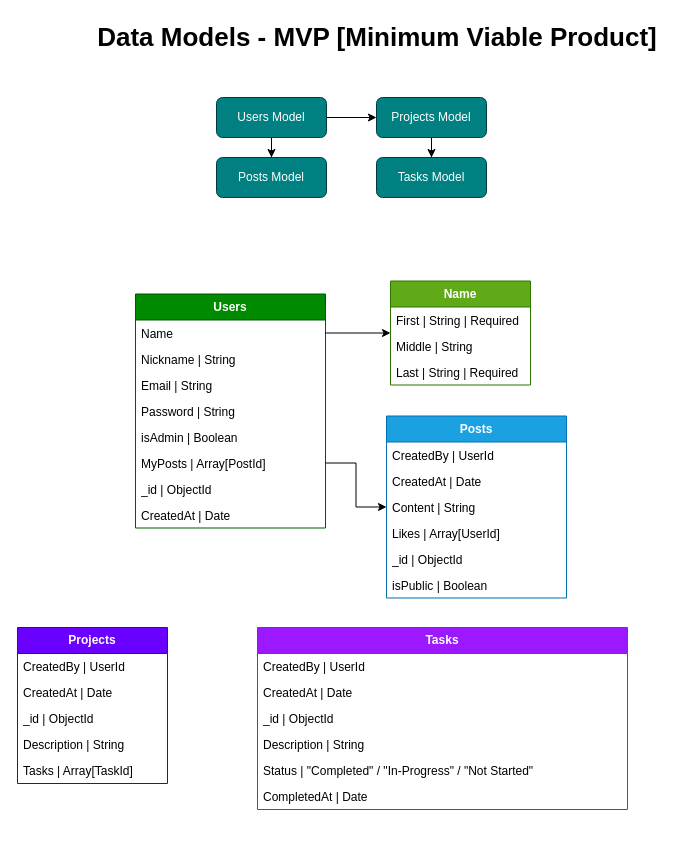
Before: page "Data Models Currently" (3 of 3) of docs/assets/planning/data_models.drawio in Gallucky/ClarityBox, a draw.io diagram. Source tidied: cells renumbered, new cells numbered last; positions are measured from the earlier drawing's top-left corner, leaving out a move shared by most shapes. Both pictures are drawn from the tidied source at 100%, with x=0, y=0 at pixel (17, 17).
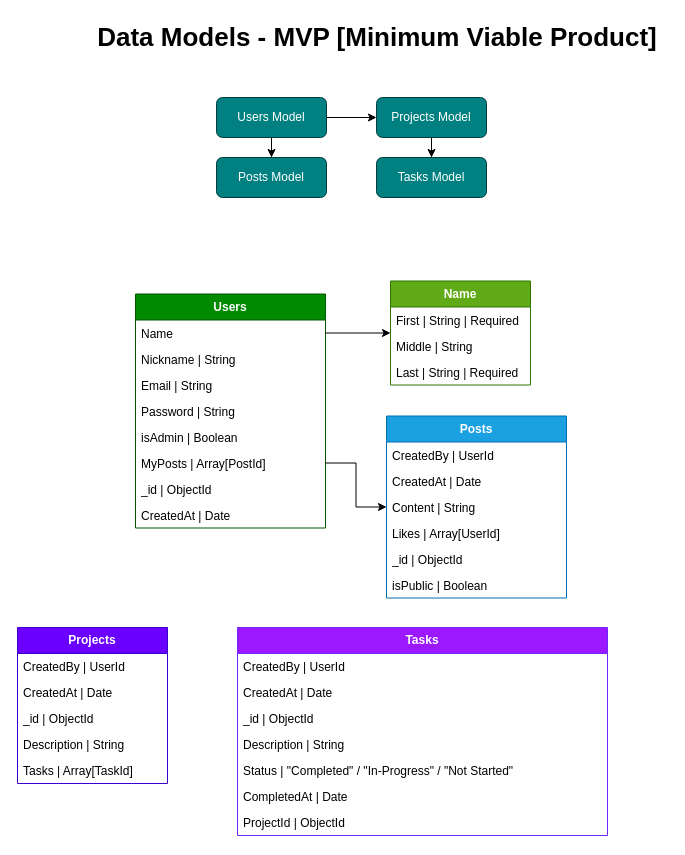
The same page after the edit.

Commit message (it also covers changes not shown here):
Feature: Adding projectId relation and improve task normalization and validation

Diff of the diagram source:
```diff
@@
     <mxCell id="39" value="&lt;b&gt;Tasks&lt;/b&gt;" style="swimlane;fontStyle=0;horizontal=1;startSize=26;fillColor=#9C19FF;whiteSpace=wrap;html=1;fontColor=#ffffff;strokeColor=#6E26FF;" parent="1" vertex="1">
-      <mxGeometry x="240" y="610" width="370" height="182" as="geometry" />
+      <mxGeometry x="220" y="610" width="370" height="208" as="geometry" />
     </mxCell>
@@
+    <mxCell id="46" value="ProjectId | ObjectId" style="text;strokeColor=none;fillColor=none;align=left;verticalAlign=top;spacingLeft=4;spacingRight=4;overflow=hidden;whiteSpace=wrap;html=1;" parent="39" vertex="1">
+      <mxGeometry y="182" width="370" height="26" as="geometry" />
+    </mxCell>
```
